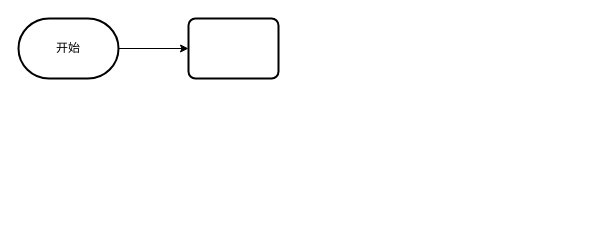
Earlier version of the draw.io diagram idea插件流程图.drawio (zmjzmjzmj8/draw-io). Source tidied: cells renumbered, new cells numbered last; positions are measured from the earlier drawing's top-left corner, leaving out a move shared by most shapes. Both pictures are drawn from the tidied source at 100%, with x=0, y=0 at pixel (18, 18).
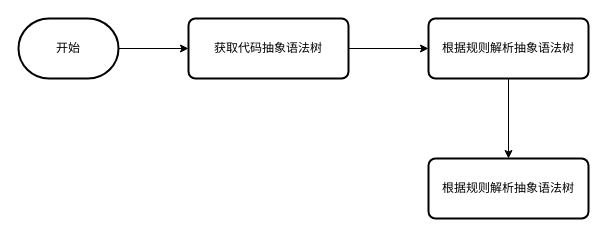
The same page after the edit.

Commit message (it also covers changes not shown here):
更新idea插件流程图.drawio

What changed in the source:
```diff
@@
 <mxGraphModel>
   <root>
     <mxCell id="0" />
     <mxCell id="1" parent="0" />
     <mxCell id="2" style="edgeStyle=orthogonalEdgeStyle;rounded=0;jettySize=auto;html=1;entryX=0;entryY=0.5;entryDx=0;entryDy=0;" parent="1" edge="1" source="3" target="4">
       <mxGeometry relative="1" as="geometry" />
     </mxCell>
     <mxCell id="3" value="开始" style="strokeWidth=2;html=1;shape=mxgraph.flowchart.terminator;whiteSpace=wrap;" parent="1" vertex="1">
       <mxGeometry width="100" height="60" as="geometry" />
     </mxCell>
+    <mxCell id="5" style="edgeStyle=orthogonalEdgeStyle;rounded=0;jettySize=auto;html=1;" parent="1" edge="1" source="4" target="7">
+      <mxGeometry relative="1" as="geometry" />
+    </mxCell>
-    <mxCell id="4" style="rounded=1;whiteSpace=wrap;html=1;absoluteArcSize=1;arcSize=14;strokeWidth=2;" parent="1" vertex="1">
-      <mxGeometry x="170" width="90" height="60" as="geometry" />
+    <mxCell id="4" value="获取代码抽象语法树" style="rounded=1;whiteSpace=wrap;html=1;absoluteArcSize=1;arcSize=14;strokeWidth=2;" parent="1" vertex="1">
+      <mxGeometry x="170" width="160" height="60" as="geometry" />
     </mxCell>
+    <mxCell id="6" style="edgeStyle=orthogonalEdgeStyle;rounded=0;jettySize=auto;html=1;" parent="1" edge="1" source="7" target="8">
+      <mxGeometry relative="1" as="geometry" />
+    </mxCell>
+    <mxCell id="7" value="根据规则解析抽象语法树" style="rounded=1;whiteSpace=wrap;html=1;absoluteArcSize=1;arcSize=14;strokeWidth=2;" parent="1" vertex="1">
+      <mxGeometry x="410" width="160" height="60" as="geometry" />
+    </mxCell>
+    <mxCell id="8" value="根据规则解析抽象语法树" style="rounded=1;whiteSpace=wrap;html=1;absoluteArcSize=1;arcSize=14;strokeWidth=2;" parent="1" vertex="1">
+      <mxGeometry x="410" y="140" width="160" height="60" as="geometry" />
+    </mxCell>
   </root>
 </mxGraphModel>
```
